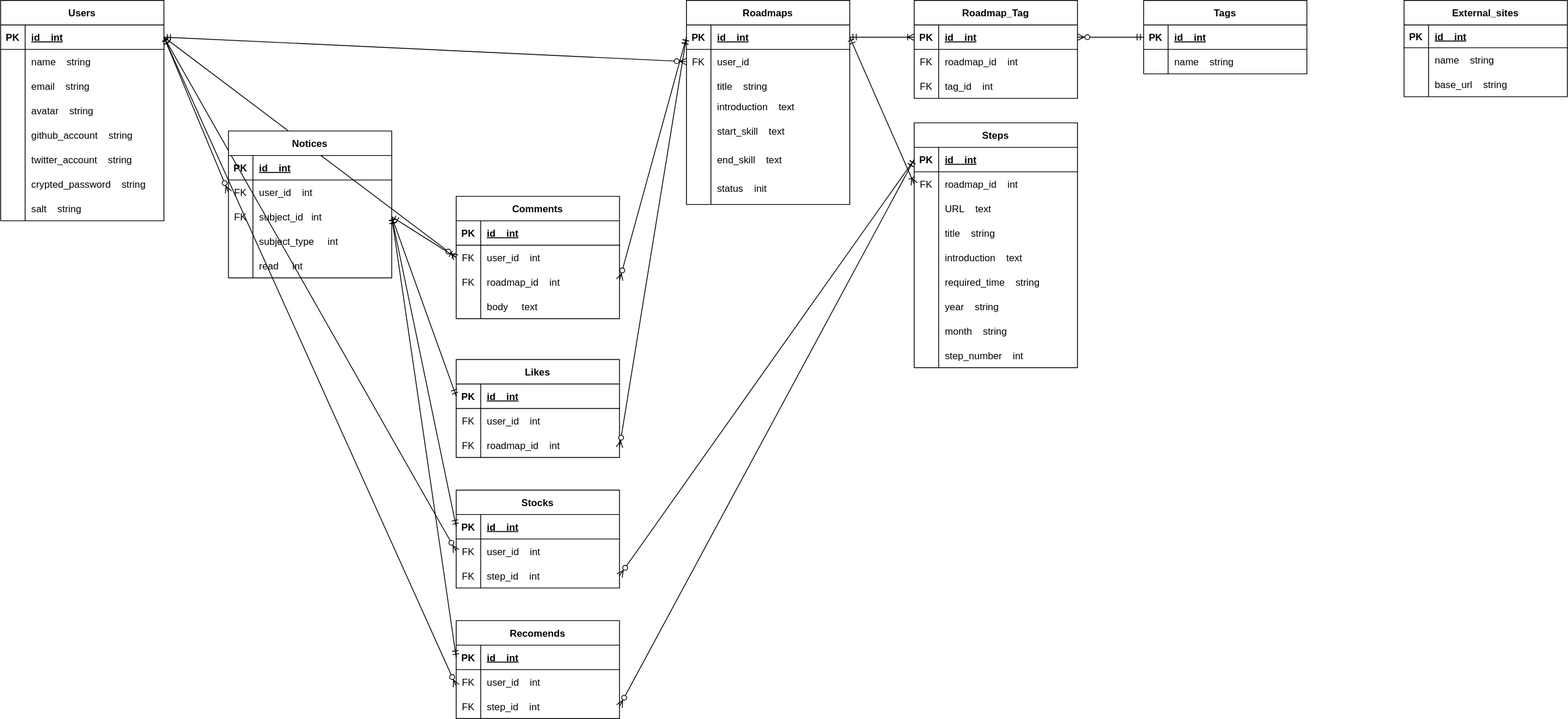
uyudane/backend-proadmaps keeps this draw.io diagram as DB_design/ERD.svg. Above is the earlier version. Source tidied: cells renumbered, new cells last; positions are measured from the earlier drawing's top-left corner, leaving out a move shared by most shapes.
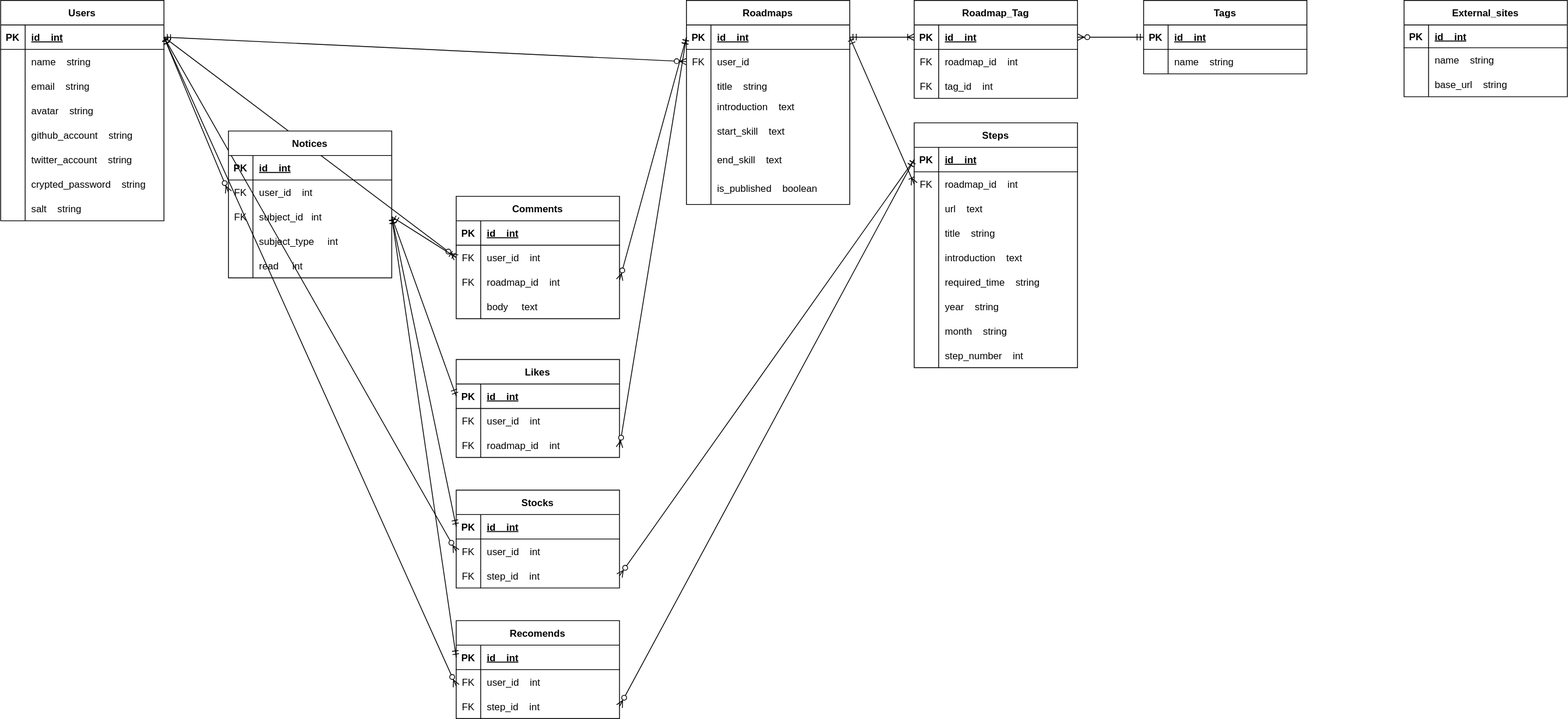
Above is the later version.

Commit message:
Fix: ロードマップの公開非公開のフラグをis_published(boolean)に変更したため、修正

What changed in the source:
```diff
@@ -140,7 +140,7 @@
     <mxCell id="47" style="shape=partialRectangle;fillColor=none;top=0;left=0;bottom=0;right=0;overflow=hidden;" parent="46" vertex="1">
       <mxGeometry width="30" height="40" as="geometry" />
     </mxCell>
-    <mxCell id="48" value="status    init" style="shape=partialRectangle;fillColor=none;top=0;left=0;bottom=0;right=0;align=left;spacingLeft=6;overflow=hidden;" parent="46" vertex="1">
+    <mxCell id="48" value="is_published    boolean" style="shape=partialRectangle;fillColor=none;top=0;left=0;bottom=0;right=0;align=left;spacingLeft=6;overflow=hidden;" parent="46" vertex="1">
       <mxGeometry x="30" width="170" height="40" as="geometry" />
     </mxCell>
     <mxCell id="49" value="Steps" style="shape=table;startSize=30;rowLines=0;fontStyle=1;align=center;" parent="1" vertex="1">
@@ -170,7 +170,7 @@
     <mxCell id="57" style="shape=partialRectangle;fillColor=none;top=0;left=0;bottom=0;right=0;overflow=hidden;" parent="56" vertex="1">
       <mxGeometry width="30" height="30" as="geometry" />
     </mxCell>
-    <mxCell id="58" value="URL    text" style="shape=partialRectangle;fillColor=none;top=0;left=0;bottom=0;right=0;align=left;spacingLeft=6;overflow=hidden;" parent="56" vertex="1">
+    <mxCell id="58" value="url    text" style="shape=partialRectangle;fillColor=none;top=0;left=0;bottom=0;right=0;align=left;spacingLeft=6;overflow=hidden;" parent="56" vertex="1">
       <mxGeometry x="30" width="170" height="30" as="geometry" />
     </mxCell>
     <mxCell id="59" style="shape=tableRow;horizontal=0;startSize=0;swimlaneHead=0;swimlaneBody=0;fillColor=none;top=0;left=0;right=0;bottom=0;" parent="49" vertex="1">
```
